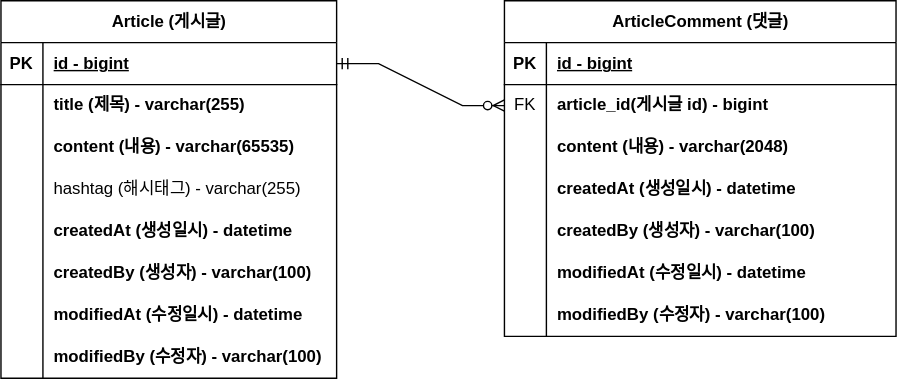
This is document/project-board-erd.svg from rugii913/fstcmpSpringProject, a draw.io export, as it was before one commit. Source tidied: cells renumbered, new cells last; positions are measured from the earlier drawing's top-left corner, leaving out a move shared by most shapes.
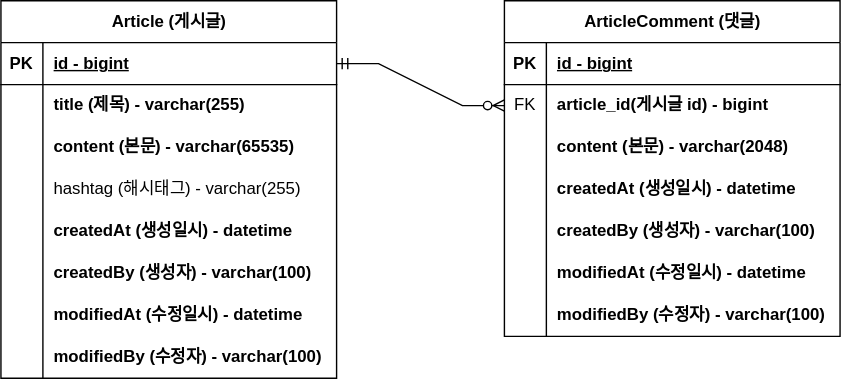
After the commit.

Commit message:
p2 #8-ERD 주석 업데이트: project-board-erd.svg

What changed in the source:
```diff
@@ -29,7 +29,7 @@
     <mxCell id="10" style="shape=partialRectangle;fillColor=none;top=0;left=0;bottom=0;right=0;overflow=hidden;whiteSpace=wrap;html=1;" parent="9" vertex="1">
       <mxGeometry width="30" height="30" as="geometry" />
     </mxCell>
-    <mxCell id="11" value="content (내용) - varchar(65535)" style="shape=partialRectangle;fillColor=none;top=0;left=0;bottom=0;right=0;align=left;spacingLeft=6;overflow=hidden;whiteSpace=wrap;html=1;fontStyle=1;" parent="9" vertex="1">
+    <mxCell id="11" value="content (본문) - varchar(65535)" style="shape=partialRectangle;fillColor=none;top=0;left=0;bottom=0;right=0;align=left;spacingLeft=6;overflow=hidden;whiteSpace=wrap;html=1;fontStyle=1;" parent="9" vertex="1">
       <mxGeometry x="30" width="210" height="30" as="geometry" />
     </mxCell>
     <mxCell id="12" style="shape=tableRow;horizontal=0;startSize=0;swimlaneHead=0;swimlaneBody=0;fillColor=none;top=0;left=0;right=0;bottom=0;" parent="2" vertex="1">
@@ -78,70 +78,70 @@
       <mxGeometry x="30" width="210" height="30" as="geometry" />
     </mxCell>
     <mxCell id="27" value="ArticleComment (댓글)" style="shape=table;startSize=30;rowLines=0;fontStyle=1;align=center;html=1;" parent="1" vertex="1">
-      <mxGeometry x="360" width="280" height="240" as="geometry" />
+      <mxGeometry x="360" width="240" height="240" as="geometry" />
     </mxCell>
     <mxCell id="28" style="shape=tableRow;horizontal=0;startSize=0;swimlaneHead=0;swimlaneBody=0;fillColor=none;top=0;left=0;right=0;bottom=1;" parent="27" vertex="1">
-      <mxGeometry y="30" width="280" height="30" as="geometry" />
+      <mxGeometry y="30" width="240" height="30" as="geometry" />
     </mxCell>
     <mxCell id="29" value="PK" style="shape=partialRectangle;fillColor=none;top=0;left=0;bottom=0;right=0;fontStyle=1;overflow=hidden;whiteSpace=wrap;html=1;" parent="28" vertex="1">
       <mxGeometry width="30" height="30" as="geometry" />
     </mxCell>
     <mxCell id="30" value="id - bigint" style="shape=partialRectangle;fillColor=none;top=0;left=0;bottom=0;right=0;align=left;spacingLeft=6;fontStyle=5;overflow=hidden;whiteSpace=wrap;html=1;" parent="28" vertex="1">
-      <mxGeometry x="30" width="250" height="30" as="geometry" />
+      <mxGeometry x="30" width="210" height="30" as="geometry" />
     </mxCell>
     <mxCell id="31" style="shape=tableRow;horizontal=0;startSize=0;swimlaneHead=0;swimlaneBody=0;fillColor=none;points=[[0,0.5],[1,0.5]];portConstraint=eastwest;top=0;left=0;right=0;bottom=0;" parent="27" vertex="1">
-      <mxGeometry y="60" width="280" height="30" as="geometry" />
+      <mxGeometry y="60" width="240" height="30" as="geometry" />
     </mxCell>
     <mxCell id="32" value="FK" style="shape=partialRectangle;fillColor=none;top=0;left=0;bottom=0;right=0;overflow=hidden;whiteSpace=wrap;html=1;" parent="31" vertex="1">
       <mxGeometry width="30" height="30" as="geometry" />
     </mxCell>
     <mxCell id="33" value="article_id(게시글 id) - bigint" style="shape=partialRectangle;fillColor=none;top=0;left=0;bottom=0;right=0;align=left;spacingLeft=6;overflow=hidden;whiteSpace=wrap;html=1;fontStyle=1;" parent="31" vertex="1">
-      <mxGeometry x="30" width="250" height="30" as="geometry" />
+      <mxGeometry x="30" width="210" height="30" as="geometry" />
     </mxCell>
     <mxCell id="34" style="shape=tableRow;horizontal=0;startSize=0;swimlaneHead=0;swimlaneBody=0;fillColor=none;top=0;left=0;right=0;bottom=0;" parent="27" vertex="1">
-      <mxGeometry y="90" width="280" height="30" as="geometry" />
+      <mxGeometry y="90" width="240" height="30" as="geometry" />
     </mxCell>
     <mxCell id="35" style="shape=partialRectangle;fillColor=none;top=0;left=0;bottom=0;right=0;overflow=hidden;whiteSpace=wrap;html=1;" parent="34" vertex="1">
       <mxGeometry width="30" height="30" as="geometry" />
     </mxCell>
-    <mxCell id="36" value="content (내용) - varchar(2048)" style="shape=partialRectangle;fillColor=none;top=0;left=0;bottom=0;right=0;align=left;spacingLeft=6;overflow=hidden;whiteSpace=wrap;html=1;fontStyle=1;" parent="34" vertex="1">
-      <mxGeometry x="30" width="250" height="30" as="geometry" />
+    <mxCell id="36" value="content (본문) - varchar(2048)" style="shape=partialRectangle;fillColor=none;top=0;left=0;bottom=0;right=0;align=left;spacingLeft=6;overflow=hidden;whiteSpace=wrap;html=1;fontStyle=1;" parent="34" vertex="1">
+      <mxGeometry x="30" width="210" height="30" as="geometry" />
     </mxCell>
     <mxCell id="37" style="shape=tableRow;horizontal=0;startSize=0;swimlaneHead=0;swimlaneBody=0;fillColor=none;top=0;left=0;right=0;bottom=0;" parent="27" vertex="1">
-      <mxGeometry y="120" width="280" height="30" as="geometry" />
+      <mxGeometry y="120" width="240" height="30" as="geometry" />
     </mxCell>
     <mxCell id="38" style="shape=partialRectangle;fillColor=none;top=0;left=0;bottom=0;right=0;overflow=hidden;whiteSpace=wrap;html=1;" parent="37" vertex="1">
       <mxGeometry width="30" height="30" as="geometry" />
     </mxCell>
     <mxCell id="39" value="createdAt (생성일시) - datetime" style="shape=partialRectangle;fillColor=none;top=0;left=0;bottom=0;right=0;align=left;spacingLeft=6;overflow=hidden;whiteSpace=wrap;html=1;fontStyle=1;" parent="37" vertex="1">
-      <mxGeometry x="30" width="250" height="30" as="geometry" />
+      <mxGeometry x="30" width="210" height="30" as="geometry" />
     </mxCell>
     <mxCell id="40" style="shape=tableRow;horizontal=0;startSize=0;swimlaneHead=0;swimlaneBody=0;fillColor=none;top=0;left=0;right=0;bottom=0;" parent="27" vertex="1">
-      <mxGeometry y="150" width="280" height="30" as="geometry" />
+      <mxGeometry y="150" width="240" height="30" as="geometry" />
     </mxCell>
     <mxCell id="41" style="shape=partialRectangle;fillColor=none;top=0;left=0;bottom=0;right=0;overflow=hidden;whiteSpace=wrap;html=1;" parent="40" vertex="1">
       <mxGeometry width="30" height="30" as="geometry" />
     </mxCell>
     <mxCell id="42" value="createdBy (생성자) - varchar(100)" style="shape=partialRectangle;fillColor=none;top=0;left=0;bottom=0;right=0;align=left;spacingLeft=6;overflow=hidden;whiteSpace=wrap;html=1;fontStyle=1;" parent="40" vertex="1">
-      <mxGeometry x="30" width="250" height="30" as="geometry" />
+      <mxGeometry x="30" width="210" height="30" as="geometry" />
     </mxCell>
     <mxCell id="43" style="shape=tableRow;horizontal=0;startSize=0;swimlaneHead=0;swimlaneBody=0;fillColor=none;top=0;left=0;right=0;bottom=0;" parent="27" vertex="1">
-      <mxGeometry y="180" width="280" height="30" as="geometry" />
+      <mxGeometry y="180" width="240" height="30" as="geometry" />
     </mxCell>
     <mxCell id="44" style="shape=partialRectangle;fillColor=none;top=0;left=0;bottom=0;right=0;overflow=hidden;whiteSpace=wrap;html=1;" parent="43" vertex="1">
       <mxGeometry width="30" height="30" as="geometry" />
     </mxCell>
     <mxCell id="45" value="modifiedAt (수정일시) - datetime" style="shape=partialRectangle;fillColor=none;top=0;left=0;bottom=0;right=0;align=left;spacingLeft=6;overflow=hidden;whiteSpace=wrap;html=1;fontStyle=1;" parent="43" vertex="1">
-      <mxGeometry x="30" width="250" height="30" as="geometry" />
+      <mxGeometry x="30" width="210" height="30" as="geometry" />
     </mxCell>
     <mxCell id="46" style="shape=tableRow;horizontal=0;startSize=0;swimlaneHead=0;swimlaneBody=0;fillColor=none;top=0;left=0;right=0;bottom=0;" parent="27" vertex="1">
-      <mxGeometry y="210" width="280" height="30" as="geometry" />
+      <mxGeometry y="210" width="240" height="30" as="geometry" />
     </mxCell>
     <mxCell id="47" style="shape=partialRectangle;fillColor=none;top=0;left=0;bottom=0;right=0;overflow=hidden;whiteSpace=wrap;html=1;" parent="46" vertex="1">
       <mxGeometry width="30" height="30" as="geometry" />
     </mxCell>
     <mxCell id="48" value="modifiedBy (수정자) - varchar(100)" style="shape=partialRectangle;fillColor=none;top=0;left=0;bottom=0;right=0;align=left;spacingLeft=6;overflow=hidden;whiteSpace=wrap;html=1;fontStyle=1;" parent="46" vertex="1">
-      <mxGeometry x="30" width="250" height="30" as="geometry" />
+      <mxGeometry x="30" width="210" height="30" as="geometry" />
     </mxCell>
     <mxCell id="49" style="edgeStyle=entityRelationEdgeStyle;fontSize=12;html=1;endArrow=ERzeroToMany;startArrow=ERmandOne;rounded=0;" parent="1" edge="1" source="3" target="31">
       <mxGeometry relative="1" as="geometry" />
```
